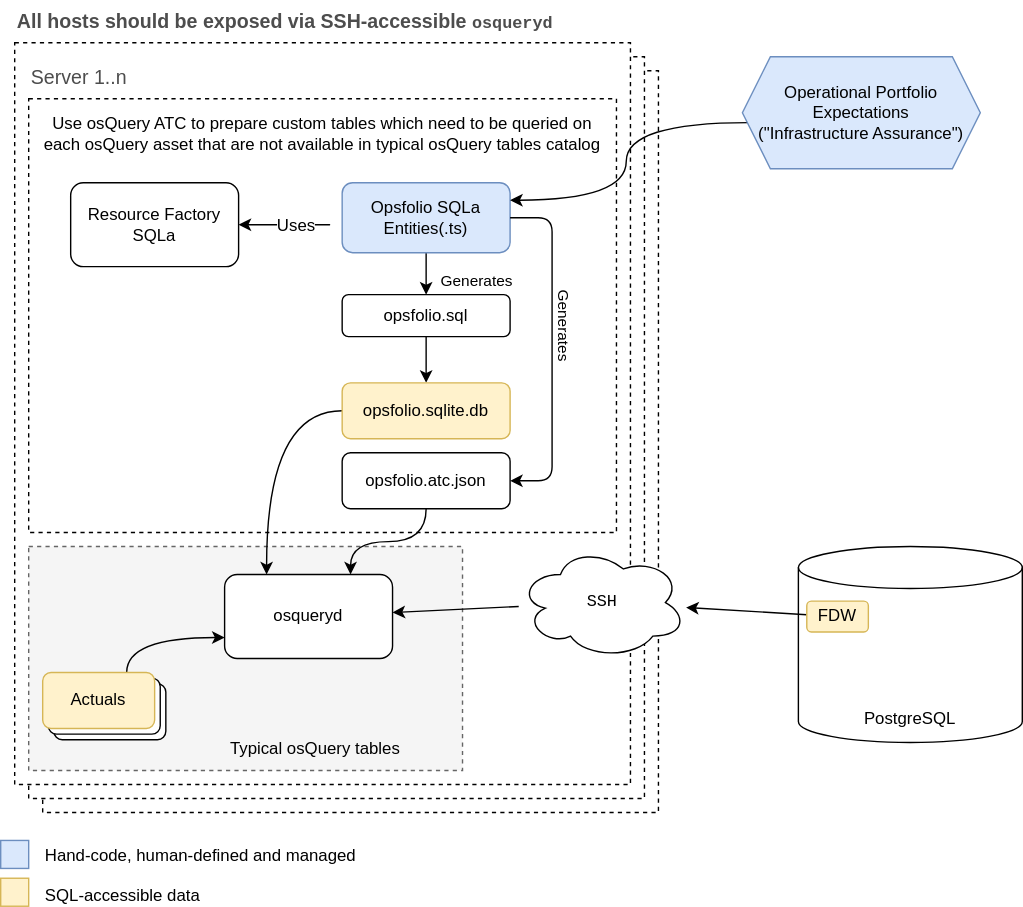
This is support/docs/architecture.drawio.svg from geovlazar/core, a draw.io export, as it was before one commit. Source tidied: cells renumbered, new cells last; positions are measured from the earlier drawing's top-left corner, leaving out a move shared by most shapes.
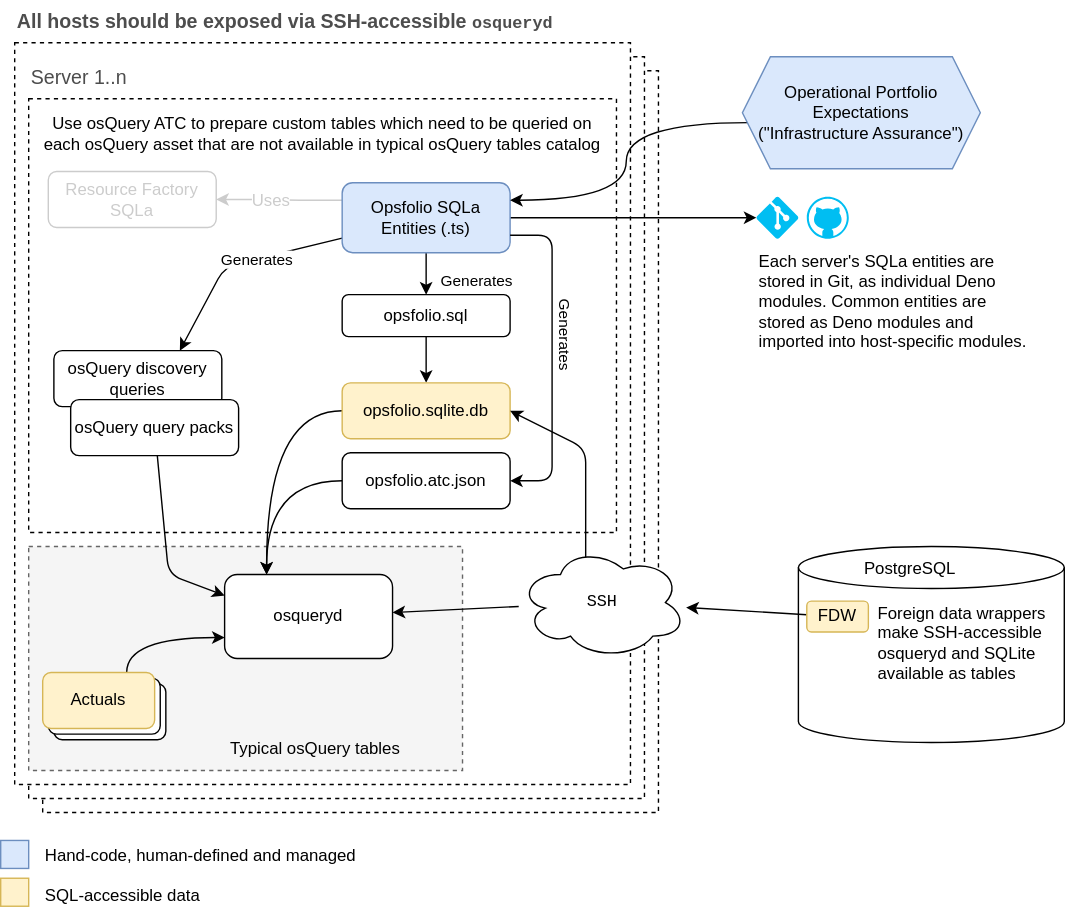
After the change.

Commit message:
docs: add discovery queries and packs

The edit, as a diff of the source:
```diff
@@ -17,15 +17,13 @@
     <mxCell id="6" style="rounded=0;whiteSpace=wrap;html=1;fontSize=12;dashed=1;" parent="1" vertex="1">
       <mxGeometry x="20" y="70" width="420" height="310" as="geometry" />
     </mxCell>
-    <mxCell id="7" value="Resource Factory SQLa" style="rounded=1;whiteSpace=wrap;html=1;" parent="1" vertex="1">
-      <mxGeometry x="50" y="130" width="120" height="60" as="geometry" />
+    <mxCell id="7" value="Resource Factory SQLa" style="rounded=1;whiteSpace=wrap;html=1;fontColor=#CCCCCC;strokeColor=#CCCCCC;" parent="1" vertex="1">
+      <mxGeometry x="34" y="122" width="120" height="40" as="geometry" />
     </mxCell>
-    <mxCell id="8" style="edgeStyle=entityRelationEdgeStyle;html=1;fontSize=16;" parent="1" edge="1" target="7">
-      <mxGeometry relative="1" as="geometry">
-        <mxPoint x="210" y="160" as="sourcePoint" />
-      </mxGeometry>
+    <mxCell id="8" style="edgeStyle=entityRelationEdgeStyle;html=1;fontSize=16;exitX=0;exitY=0.25;exitDx=0;exitDy=0;strokeColor=#CCCCCC;" parent="1" edge="1" source="11" target="7">
+      <mxGeometry relative="1" as="geometry" />
     </mxCell>
-    <mxCell id="9" value="Uses" style="edgeLabel;html=1;align=center;verticalAlign=middle;fontSize=12;" parent="8" vertex="1">
+    <mxCell id="9" value="Uses" style="edgeLabel;html=1;align=center;verticalAlign=middle;fontSize=12;fontColor=#CCCCCC;" parent="8" vertex="1">
       <mxGeometry x="0.47" y="-2" relative="1" as="geometry">
         <mxPoint x="14" y="2" as="offset" />
       </mxGeometry>
@@ -33,7 +31,20 @@
     <mxCell id="10" value="Generates" style="edgeStyle=none;html=1;entryX=0.5;entryY=0;entryDx=0;entryDy=0;" parent="1" edge="1" source="11" target="13">
       <mxGeometry x="0.33" y="36" relative="1" as="geometry" />
     </mxCell>
+    <mxCell id="40" style="edgeStyle=none;html=1;fontColor=#CCCCCC;strokeColor=#000000;entryX=0.75;entryY=0;entryDx=0;entryDy=0;" parent="1" edge="1" source="11" target="44">
+      <mxGeometry relative="1" as="geometry">
+        <Array as="points">
+          <mxPoint x="160" y="190" />
+        </Array>
+      </mxGeometry>
+    </mxCell>
+    <mxCell id="41" value="Generates" style="edgeLabel;html=1;align=center;verticalAlign=middle;fontColor=#000000;" parent="40" vertex="1">
+      <mxGeometry x="-0.19" relative="1" as="geometry" />
+    </mxCell>
+    <mxCell id="42" style="edgeStyle=none;html=1;entryX=0;entryY=0.5;entryDx=0;entryDy=0;entryPerimeter=0;" parent="1" edge="1" source="11" target="48">
+      <mxGeometry relative="1" as="geometry" />
+    </mxCell>
-    <mxCell id="11" value="Opsfolio SQLa Entities(.ts)" style="rounded=1;whiteSpace=wrap;html=1;fillColor=#dae8fc;strokeColor=#6c8ebf;" parent="1" vertex="1">
+    <mxCell id="11" value="Opsfolio SQLa Entities (.ts)" style="rounded=1;whiteSpace=wrap;html=1;fillColor=#dae8fc;strokeColor=#6c8ebf;" parent="1" vertex="1">
       <mxGeometry x="244" y="130" width="120" height="50" as="geometry" />
     </mxCell>
     <mxCell id="12" style="edgeStyle=none;html=1;entryX=0.5;entryY=0;entryDx=0;entryDy=0;" parent="1" edge="1" source="13" target="15">
@@ -48,13 +59,13 @@
     <mxCell id="15" value="opsfolio.sqlite.db" style="rounded=1;whiteSpace=wrap;html=1;fillColor=#fff2cc;strokeColor=#d6b656;" parent="1" vertex="1">
       <mxGeometry x="244" y="273" width="120" height="40" as="geometry" />
     </mxCell>
-    <mxCell id="16" style="edgeStyle=orthogonalEdgeStyle;curved=1;html=1;exitX=0.5;exitY=1;exitDx=0;exitDy=0;entryX=0.75;entryY=0;entryDx=0;entryDy=0;fontSize=12;" parent="1" edge="1" source="17" target="20">
+    <mxCell id="16" style="edgeStyle=orthogonalEdgeStyle;curved=1;html=1;exitX=0;exitY=0.5;exitDx=0;exitDy=0;entryX=0.25;entryY=0;entryDx=0;entryDy=0;fontSize=12;" parent="1" edge="1" source="17" target="20">
       <mxGeometry relative="1" as="geometry" />
     </mxCell>
     <mxCell id="17" value="opsfolio.atc.json" style="rounded=1;whiteSpace=wrap;html=1;" parent="1" vertex="1">
       <mxGeometry x="244" y="323" width="120" height="40" as="geometry" />
     </mxCell>
-    <mxCell id="18" style="edgeStyle=entityRelationEdgeStyle;html=1;fontSize=16;exitX=1;exitY=0.5;exitDx=0;exitDy=0;" parent="1" edge="1" source="11" target="17">
+    <mxCell id="18" style="edgeStyle=entityRelationEdgeStyle;html=1;fontSize=16;exitX=1;exitY=0.75;exitDx=0;exitDy=0;" parent="1" edge="1" source="11" target="17">
       <mxGeometry relative="1" as="geometry" />
     </mxCell>
     <mxCell id="19" value="Generates" style="edgeLabel;html=1;align=center;verticalAlign=middle;rotation=90;" parent="18" vertex="1">
@@ -98,14 +109,21 @@
     <mxCell id="31" style="edgeStyle=none;html=1;fontFamily=Courier New;fontSize=12;" parent="1" edge="1" source="32" target="20">
       <mxGeometry relative="1" as="geometry" />
     </mxCell>
+    <mxCell id="43" style="edgeStyle=none;html=1;entryX=1;entryY=0.5;entryDx=0;entryDy=0;exitX=0.4;exitY=0.1;exitDx=0;exitDy=0;exitPerimeter=0;" parent="1" edge="1" source="32" target="15">
+      <mxGeometry relative="1" as="geometry">
+        <Array as="points">
+          <mxPoint x="418" y="320" />
+        </Array>
+      </mxGeometry>
+    </mxCell>
     <mxCell id="32" value="SSH" style="ellipse;shape=cloud;whiteSpace=wrap;html=1;fontFamily=Courier New;fontSize=12;" parent="1" vertex="1">
       <mxGeometry x="370" y="390" width="120" height="80" as="geometry" />
     </mxCell>
     <mxCell id="33" style="shape=cylinder3;whiteSpace=wrap;html=1;boundedLbl=1;backgroundOutline=1;size=15;fontFamily=Helvetica;fontSize=12;" parent="1" vertex="1">
-      <mxGeometry x="570" y="390" width="160" height="140" as="geometry" />
+      <mxGeometry x="570" y="390" width="190" height="140" as="geometry" />
     </mxCell>
     <mxCell id="34" value="PostgreSQL" style="text;html=1;strokeColor=none;fillColor=none;align=center;verticalAlign=middle;whiteSpace=wrap;rounded=0;fontFamily=Helvetica;fontSize=12;" parent="1" vertex="1">
-      <mxGeometry x="620" y="498" width="60" height="30" as="geometry" />
+      <mxGeometry x="620" y="391" width="60" height="30" as="geometry" />
     </mxCell>
     <mxCell id="35" style="edgeStyle=none;html=1;fontFamily=Helvetica;fontSize=12;" parent="1" edge="1" source="36" target="32">
       <mxGeometry relative="1" as="geometry" />
@@ -122,5 +140,30 @@
     <mxCell id="39" style="rounded=0;whiteSpace=wrap;html=1;fontFamily=Helvetica;fontSize=12;fillColor=#fff2cc;strokeColor=#d6b656;" parent="1" vertex="1">
       <mxGeometry y="627" width="20" height="20" as="geometry" />
     </mxCell>
+    <mxCell id="44" value="osQuery discovery queries" style="rounded=1;whiteSpace=wrap;html=1;" parent="1" vertex="1">
+      <mxGeometry x="38" y="250" width="120" height="40" as="geometry" />
+    </mxCell>
+    <mxCell id="45" style="edgeStyle=none;html=1;fontColor=#CCCCCC;strokeColor=#000000;entryX=0;entryY=0.25;entryDx=0;entryDy=0;" parent="1" edge="1" source="46" target="20">
+      <mxGeometry relative="1" as="geometry">
+        <Array as="points">
+          <mxPoint x="120" y="410" />
+        </Array>
+      </mxGeometry>
+    </mxCell>
+    <mxCell id="46" value="osQuery query packs" style="rounded=1;whiteSpace=wrap;html=1;" parent="1" vertex="1">
+      <mxGeometry x="50" y="285" width="120" height="40" as="geometry" />
+    </mxCell>
+    <mxCell id="47" value="Foreign data wrappers make SSH-accessible osqueryd and SQLite available as tables" style="text;html=1;strokeColor=none;fillColor=none;align=left;verticalAlign=top;whiteSpace=wrap;rounded=0;" parent="1" vertex="1">
+      <mxGeometry x="625" y="424" width="125" height="75" as="geometry" />
+    </mxCell>
+    <mxCell id="48" style="verticalLabelPosition=bottom;html=1;verticalAlign=top;align=center;strokeColor=none;fillColor=#00BEF2;shape=mxgraph.azure.git_repository;" parent="1" vertex="1">
+      <mxGeometry x="540" y="140" width="30" height="30" as="geometry" />
+    </mxCell>
+    <mxCell id="49" style="verticalLabelPosition=bottom;html=1;verticalAlign=top;align=center;strokeColor=none;fillColor=#00BEF2;shape=mxgraph.azure.github_code;" parent="1" vertex="1">
+      <mxGeometry x="576" y="140" width="30" height="30" as="geometry" />
+    </mxCell>
+    <mxCell id="50" value="Each server's SQLa entities are stored in Git, as individual Deno modules. Common entities are stored as Deno modules and imported into host-specific modules." style="text;html=1;strokeColor=none;fillColor=none;align=left;verticalAlign=middle;whiteSpace=wrap;rounded=0;" parent="1" vertex="1">
+      <mxGeometry x="540" y="180" width="200" height="70" as="geometry" />
+    </mxCell>
   </root>
 </mxGraphModel>
```
